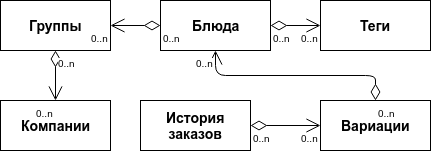
Before: images/database.png, a diagram exported from draw.io (jokly/bachelor-thesis-2019). Source tidied: cells renumbered, new cells last; positions are measured from the earlier drawing's top-left corner, leaving out a move shared by most shapes.
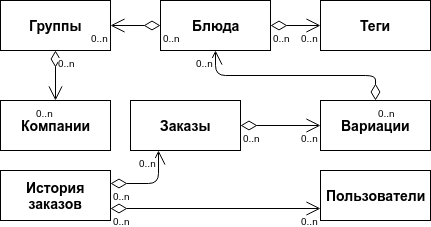
After the commit.

What changed in the source:
```diff
@@ -54,12 +54,10 @@
       <mxGeometry x="1" relative="1" as="geometry" />
     </mxCell>
     <mxCell id="19" value="&lt;b&gt;&lt;font style=&quot;font-size: 14px&quot;&gt;История&lt;br&gt;заказов&lt;br&gt;&lt;/font&gt;&lt;/b&gt;" style="html=1;" parent="1" vertex="1">
-      <mxGeometry x="140" y="100" width="110" height="50" as="geometry" />
+      <mxGeometry y="170" width="110" height="50" as="geometry" />
     </mxCell>
-    <mxCell id="20" style="endArrow=open;html=1;endSize=12;startArrow=diamondThin;startSize=14;startFill=0;edgeStyle=orthogonalEdgeStyle;entryX=0;entryY=0.5;entryDx=0;entryDy=0;" parent="1" edge="1" target="12">
-      <mxGeometry relative="1" as="geometry">
-        <mxPoint x="250" y="125" as="sourcePoint" />
-      </mxGeometry>
+    <mxCell id="20" style="endArrow=open;html=1;endSize=12;startArrow=diamondThin;startSize=14;startFill=0;edgeStyle=orthogonalEdgeStyle;entryX=0;entryY=0.5;entryDx=0;entryDy=0;exitX=1;exitY=0.5;exitDx=0;exitDy=0;" parent="1" edge="1" source="23" target="12">
+      <mxGeometry relative="1" as="geometry" />
     </mxCell>
     <mxCell id="21" value="0..n" style="html=1;align=left;verticalAlign=top;labelBackgroundColor=#ffffff;fontSize=10;" parent="20" vertex="1">
       <mxGeometry x="-1" relative="1" as="geometry" />
@@ -67,5 +65,29 @@
     <mxCell id="22" value="0..n" style="html=1;align=right;verticalAlign=top;labelBackgroundColor=#ffffff;fontSize=10;" parent="20" vertex="1">
       <mxGeometry x="1" relative="1" as="geometry" />
     </mxCell>
+    <mxCell id="23" value="&lt;b&gt;&lt;font style=&quot;font-size: 14px&quot;&gt;Заказы&lt;br&gt;&lt;/font&gt;&lt;/b&gt;" style="html=1;" parent="1" vertex="1">
+      <mxGeometry x="130" y="100" width="110" height="50" as="geometry" />
+    </mxCell>
+    <mxCell id="24" value="&lt;b&gt;&lt;font style=&quot;font-size: 14px&quot;&gt;Пользователи&lt;br&gt;&lt;/font&gt;&lt;/b&gt;" style="html=1;" parent="1" vertex="1">
+      <mxGeometry x="320" y="170" width="110" height="50" as="geometry" />
+    </mxCell>
+    <mxCell id="25" style="endArrow=open;html=1;endSize=12;startArrow=diamondThin;startSize=14;startFill=0;edgeStyle=orthogonalEdgeStyle;entryX=0.25;entryY=1;entryDx=0;entryDy=0;exitX=1;exitY=0.25;exitDx=0;exitDy=0;" parent="1" edge="1" source="19" target="23">
+      <mxGeometry relative="1" as="geometry" />
+    </mxCell>
+    <mxCell id="26" value="0..n" style="html=1;align=left;verticalAlign=top;labelBackgroundColor=#ffffff;fontSize=10;" parent="25" vertex="1">
+      <mxGeometry x="-1" relative="1" as="geometry" />
+    </mxCell>
+    <mxCell id="27" value="0..n" style="html=1;align=right;verticalAlign=top;labelBackgroundColor=#ffffff;fontSize=10;" parent="25" vertex="1">
+      <mxGeometry x="1" relative="1" as="geometry" />
+    </mxCell>
+    <mxCell id="28" style="endArrow=open;html=1;endSize=12;startArrow=diamondThin;startSize=14;startFill=0;edgeStyle=orthogonalEdgeStyle;exitX=1;exitY=0.75;exitDx=0;exitDy=0;entryX=0;entryY=0.75;entryDx=0;entryDy=0;" parent="1" edge="1" source="19" target="24">
+      <mxGeometry relative="1" as="geometry" />
+    </mxCell>
+    <mxCell id="29" value="0..n" style="html=1;align=left;verticalAlign=top;labelBackgroundColor=#ffffff;fontSize=10;" parent="28" vertex="1">
+      <mxGeometry x="-1" relative="1" as="geometry" />
+    </mxCell>
+    <mxCell id="30" value="0..n" style="html=1;align=right;verticalAlign=top;labelBackgroundColor=#ffffff;fontSize=10;" parent="28" vertex="1">
+      <mxGeometry x="1" relative="1" as="geometry" />
+    </mxCell>
   </root>
 </mxGraphModel>
```
